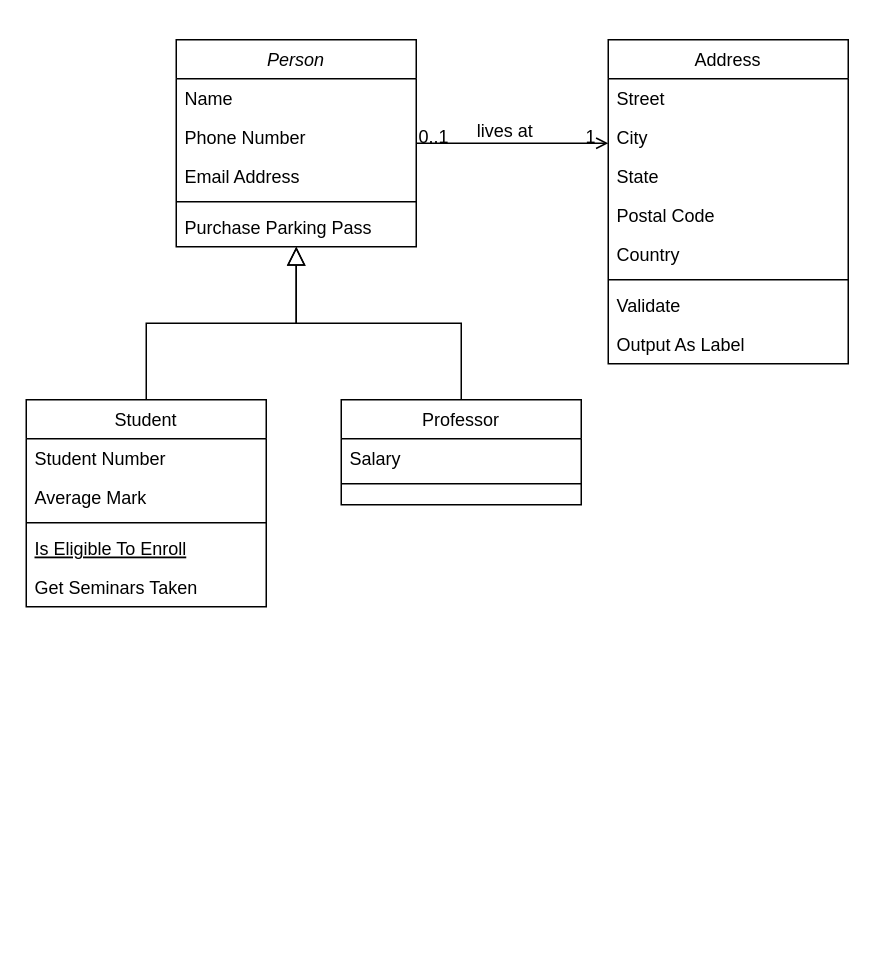
Earlier version of the draw.io diagram UML.drawio (matheussilvano/dsoo-gestao-de-pets). Source tidied: cells renumbered, new cells numbered last; positions are measured from the earlier drawing's top-left corner, leaving out a move shared by most shapes. Both pictures are drawn from the tidied source at 150%, with x=0, y=0 at pixel (26, 39).
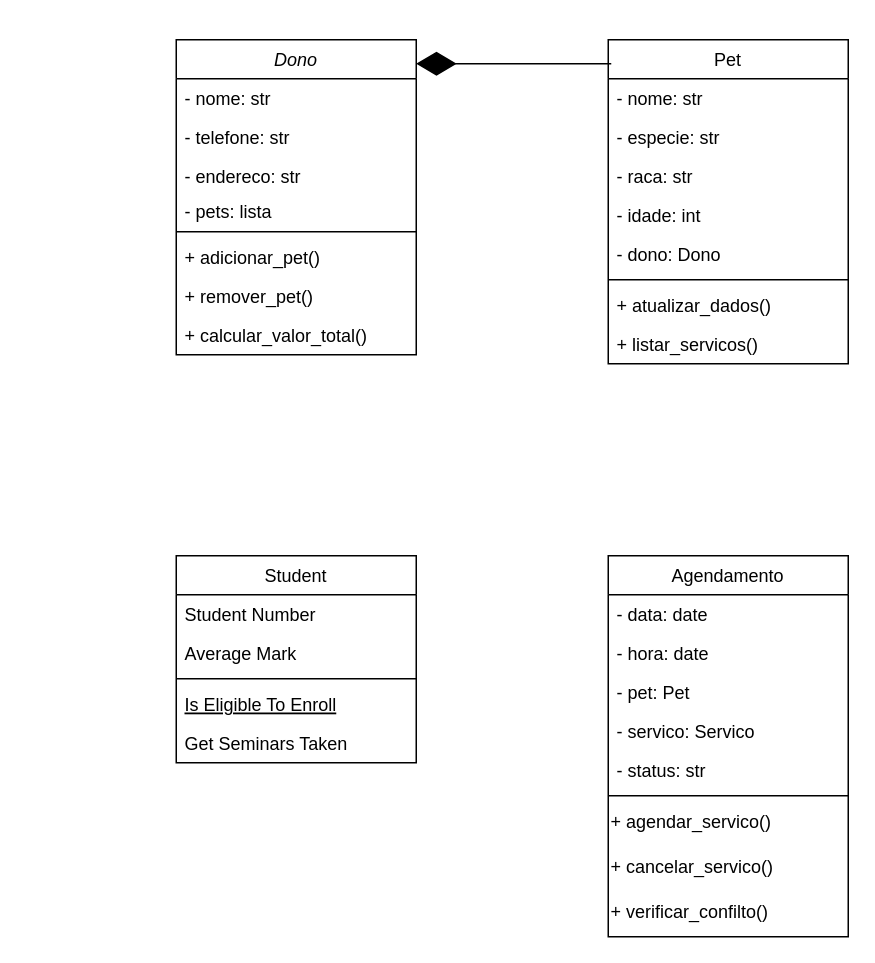
The same diagram, later.

What changed in the source:
```diff
@@
-    <mxCell id="2" value="Person" style="swimlane;fontStyle=2;align=center;verticalAlign=top;horizontal=1;startSize=26;rounded=0;shadow=0;strokeWidth=1;" parent="1" vertex="1">
-      <mxGeometry x="100" width="160" height="138" as="geometry" />
+    <mxCell id="2" value="Dono&#10;" style="swimlane;fontStyle=2;align=center;verticalAlign=top;horizontal=1;startSize=26;rounded=0;shadow=0;strokeWidth=1;" parent="1" vertex="1">
+      <mxGeometry x="100" width="160" height="210" as="geometry" />
     </mxCell>
-    <mxCell id="3" value="Name" style="text;align=left;verticalAlign=top;spacingLeft=4;spacingRight=4;overflow=hidden;" parent="2" vertex="1">
+    <mxCell id="3" value="- nome: str&#10;" style="text;align=left;verticalAlign=top;spacingLeft=4;spacingRight=4;overflow=hidden;" parent="2" vertex="1">
       <mxGeometry y="26" width="160" height="26" as="geometry" />
     </mxCell>
-    <mxCell id="4" value="Phone Number" style="text;align=left;verticalAlign=top;spacingLeft=4;spacingRight=4;overflow=hidden;rounded=0;shadow=0;html=0;" parent="2" vertex="1">
+    <mxCell id="4" value="- telefone: str" style="text;align=left;verticalAlign=top;spacingLeft=4;spacingRight=4;overflow=hidden;rounded=0;shadow=0;html=0;" parent="2" vertex="1">
       <mxGeometry y="52" width="160" height="26" as="geometry" />
     </mxCell>
-    <mxCell id="5" value="Email Address" style="text;align=left;verticalAlign=top;spacingLeft=4;spacingRight=4;overflow=hidden;rounded=0;shadow=0;html=0;" parent="2" vertex="1">
-      <mxGeometry y="78" width="160" height="26" as="geometry" />
+    <mxCell id="5" value="- endereco: str" style="text;align=left;verticalAlign=top;spacingLeft=4;spacingRight=4;overflow=hidden;rounded=0;shadow=0;html=0;" parent="2" vertex="1">
+      <mxGeometry y="78" width="160" height="23" as="geometry" />
     </mxCell>
+    <mxCell id="32" value="- pets: lista" style="text;align=left;verticalAlign=top;spacingLeft=4;spacingRight=4;overflow=hidden;rounded=0;shadow=0;html=0;" parent="2" vertex="1">
+      <mxGeometry y="101" width="160" height="23" as="geometry" />
+    </mxCell>
     <mxCell id="6" style="line;html=1;strokeWidth=1;align=left;verticalAlign=middle;spacingTop=-1;spacingLeft=3;spacingRight=3;labelPosition=right;" parent="2" vertex="1">
-      <mxGeometry y="104" width="160" height="8" as="geometry" />
+      <mxGeometry y="124" width="160" height="8" as="geometry" />
     </mxCell>
+    <mxCell id="33" value="+ adicionar_pet()" style="text;align=left;verticalAlign=top;spacingLeft=4;spacingRight=4;overflow=hidden;" parent="2" vertex="1">
+      <mxGeometry y="132" width="160" height="26" as="geometry" />
+    </mxCell>
-    <mxCell id="7" value="Purchase Parking Pass" style="text;align=left;verticalAlign=top;spacingLeft=4;spacingRight=4;overflow=hidden;" parent="2" vertex="1">
-      <mxGeometry y="112" width="160" height="26" as="geometry" />
+    <mxCell id="7" value="+ remover_pet()" style="text;align=left;verticalAlign=top;spacingLeft=4;spacingRight=4;overflow=hidden;" parent="2" vertex="1">
+      <mxGeometry y="158" width="160" height="26" as="geometry" />
     </mxCell>
+    <mxCell id="34" value="+ calcular_valor_total()" style="text;align=left;verticalAlign=top;spacingLeft=4;spacingRight=4;overflow=hidden;" parent="2" vertex="1">
+      <mxGeometry y="184" width="160" height="26" as="geometry" />
+    </mxCell>
     <mxCell id="8" value="Student" style="swimlane;fontStyle=0;align=center;verticalAlign=top;horizontal=1;startSize=26;rounded=0;shadow=0;strokeWidth=1;" parent="1" vertex="1">
-      <mxGeometry y="240" width="160" height="138" as="geometry" />
+      <mxGeometry x="100" y="344" width="160" height="138" as="geometry" />
     </mxCell>
@@
-    <mxCell id="14" style="endArrow=block;endSize=10;endFill=0;shadow=0;strokeWidth=1;rounded=0;curved=0;edgeStyle=elbowEdgeStyle;elbow=vertical;" parent="1" edge="1" source="8" target="2">
-      <mxGeometry relative="1" as="geometry" />
-    </mxCell>
-    <mxCell id="15" value="Professor" style="swimlane;fontStyle=0;align=center;verticalAlign=top;horizontal=1;startSize=26;rounded=0;shadow=0;strokeWidth=1;" parent="1" vertex="1">
-      <mxGeometry x="210" y="240" width="160" height="70" as="geometry" />
+    <mxCell id="15" value="Agendamento" style="swimlane;fontStyle=0;align=center;verticalAlign=top;horizontal=1;startSize=26;rounded=0;shadow=0;strokeWidth=1;" parent="1" vertex="1">
+      <mxGeometry x="388" y="344" width="160" height="254" as="geometry" />
     </mxCell>
-    <mxCell id="16" value="Salary" style="text;align=left;verticalAlign=top;spacingLeft=4;spacingRight=4;overflow=hidden;" parent="15" vertex="1">
+    <mxCell id="16" value="- data: date" style="text;align=left;verticalAlign=top;spacingLeft=4;spacingRight=4;overflow=hidden;" parent="15" vertex="1">
       <mxGeometry y="26" width="160" height="26" as="geometry" />
     </mxCell>
+    <mxCell id="35" value="- hora: date" style="text;align=left;verticalAlign=top;spacingLeft=4;spacingRight=4;overflow=hidden;" parent="15" vertex="1">
+      <mxGeometry y="52" width="160" height="26" as="geometry" />
+    </mxCell>
+    <mxCell id="36" value="- pet: Pet" style="text;align=left;verticalAlign=top;spacingLeft=4;spacingRight=4;overflow=hidden;" parent="15" vertex="1">
+      <mxGeometry y="78" width="160" height="26" as="geometry" />
+    </mxCell>
+    <mxCell id="37" value="- servico: Servico" style="text;align=left;verticalAlign=top;spacingLeft=4;spacingRight=4;overflow=hidden;" parent="15" vertex="1">
+      <mxGeometry y="104" width="160" height="26" as="geometry" />
+    </mxCell>
+    <mxCell id="38" value="- status: str" style="text;align=left;verticalAlign=top;spacingLeft=4;spacingRight=4;overflow=hidden;" parent="15" vertex="1">
+      <mxGeometry y="130" width="160" height="26" as="geometry" />
+    </mxCell>
     <mxCell id="17" style="line;html=1;strokeWidth=1;align=left;verticalAlign=middle;spacingTop=-1;spacingLeft=3;spacingRight=3;labelPosition=right;" parent="15" vertex="1">
-      <mxGeometry y="52" width="160" height="8" as="geometry" />
+      <mxGeometry y="156" width="160" height="8" as="geometry" />
     </mxCell>
-    <mxCell id="18" style="endArrow=block;endSize=10;endFill=0;shadow=0;strokeWidth=1;rounded=0;curved=0;edgeStyle=elbowEdgeStyle;elbow=vertical;" parent="1" edge="1" source="15" target="2">
-      <mxGeometry relative="1" as="geometry" />
-    </mxCell>
+    <mxCell id="39" value="+ agendar_servico()" style="text;html=1;align=left;verticalAlign=top;strokeColor=none;fillColor=none;fontFamily=Helvetica;fontSize=12;fontColor=default;" parent="15" vertex="1">
+      <mxGeometry y="164" width="160" height="30" as="geometry" />
+    </mxCell>
+    <mxCell id="40" value="+ cancelar_servico()" style="text;html=1;align=left;verticalAlign=top;strokeColor=none;fillColor=none;" parent="15" vertex="1">
+      <mxGeometry y="194" width="160" height="30" as="geometry" />
+    </mxCell>
+    <mxCell id="41" value="+ verificar_confilto()" style="text;html=1;align=left;verticalAlign=top;strokeColor=none;fillColor=none;" parent="15" vertex="1">
+      <mxGeometry y="224" width="160" height="30" as="geometry" />
+    </mxCell>
-    <mxCell id="19" value="Address" style="swimlane;fontStyle=0;align=center;verticalAlign=top;horizontal=1;startSize=26;rounded=0;shadow=0;strokeWidth=1;" parent="1" vertex="1">
+    <mxCell id="19" value="Pet" style="swimlane;fontStyle=0;align=center;verticalAlign=top;horizontal=1;startSize=26;rounded=0;shadow=0;strokeWidth=1;" parent="1" vertex="1">
       <mxGeometry x="388" width="160" height="216" as="geometry" />
     </mxCell>
-    <mxCell id="20" value="Street" style="text;align=left;verticalAlign=top;spacingLeft=4;spacingRight=4;overflow=hidden;" parent="19" vertex="1">
+    <mxCell id="20" value="- nome: str" style="text;align=left;verticalAlign=top;spacingLeft=4;spacingRight=4;overflow=hidden;" parent="19" vertex="1">
       <mxGeometry y="26" width="160" height="26" as="geometry" />
     </mxCell>
-    <mxCell id="21" value="City" style="text;align=left;verticalAlign=top;spacingLeft=4;spacingRight=4;overflow=hidden;rounded=0;shadow=0;html=0;" parent="19" vertex="1">
+    <mxCell id="21" value="- especie: str" style="text;align=left;verticalAlign=top;spacingLeft=4;spacingRight=4;overflow=hidden;rounded=0;shadow=0;html=0;" parent="19" vertex="1">
       <mxGeometry y="52" width="160" height="26" as="geometry" />
     </mxCell>
-    <mxCell id="22" value="State" style="text;align=left;verticalAlign=top;spacingLeft=4;spacingRight=4;overflow=hidden;rounded=0;shadow=0;html=0;" parent="19" vertex="1">
+    <mxCell id="22" value="- raca: str" style="text;align=left;verticalAlign=top;spacingLeft=4;spacingRight=4;overflow=hidden;rounded=0;shadow=0;html=0;" parent="19" vertex="1">
       <mxGeometry y="78" width="160" height="26" as="geometry" />
     </mxCell>
-    <mxCell id="23" value="Postal Code" style="text;align=left;verticalAlign=top;spacingLeft=4;spacingRight=4;overflow=hidden;rounded=0;shadow=0;html=0;" parent="19" vertex="1">
+    <mxCell id="23" value="- idade: int" style="text;align=left;verticalAlign=top;spacingLeft=4;spacingRight=4;overflow=hidden;rounded=0;shadow=0;html=0;" parent="19" vertex="1">
       <mxGeometry y="104" width="160" height="26" as="geometry" />
     </mxCell>
-    <mxCell id="24" value="Country" style="text;align=left;verticalAlign=top;spacingLeft=4;spacingRight=4;overflow=hidden;rounded=0;shadow=0;html=0;" parent="19" vertex="1">
+    <mxCell id="24" value="- dono: Dono" style="text;align=left;verticalAlign=top;spacingLeft=4;spacingRight=4;overflow=hidden;rounded=0;shadow=0;html=0;" parent="19" vertex="1">
       <mxGeometry y="130" width="160" height="26" as="geometry" />
     </mxCell>
@@
-    <mxCell id="26" value="Validate" style="text;align=left;verticalAlign=top;spacingLeft=4;spacingRight=4;overflow=hidden;" parent="19" vertex="1">
+    <mxCell id="26" value="+ atualizar_dados()" style="text;align=left;verticalAlign=top;spacingLeft=4;spacingRight=4;overflow=hidden;" parent="19" vertex="1">
       <mxGeometry y="164" width="160" height="26" as="geometry" />
     </mxCell>
-    <mxCell id="27" value="Output As Label" style="text;align=left;verticalAlign=top;spacingLeft=4;spacingRight=4;overflow=hidden;" parent="19" vertex="1">
+    <mxCell id="27" value="+ listar_servicos()" style="text;align=left;verticalAlign=top;spacingLeft=4;spacingRight=4;overflow=hidden;" parent="19" vertex="1">
       <mxGeometry y="190" width="160" height="26" as="geometry" />
     </mxCell>
-    <mxCell id="28" style="endArrow=open;shadow=0;strokeWidth=1;rounded=0;curved=0;endFill=1;edgeStyle=elbowEdgeStyle;elbow=vertical;" parent="1" edge="1" source="2" target="19">
-      <mxGeometry x="0.5" y="41" relative="1" as="geometry">
-        <mxPoint x="-40" y="32" as="offset" />
-      </mxGeometry>
-    </mxCell>
-    <mxCell id="29" value="0..1" style="align=left;verticalAlign=bottom;labelBackgroundColor=none;fontSize=12;" parent="28" vertex="1">
-      <mxGeometry x="-1" relative="1" as="geometry">
-        <mxPoint y="4" as="offset" />
-      </mxGeometry>
-    </mxCell>
-    <mxCell id="30" value="1" style="align=right;verticalAlign=bottom;labelBackgroundColor=none;fontSize=12;" parent="28" vertex="1">
-      <mxGeometry x="1" relative="1" as="geometry">
-        <mxPoint x="-7" y="4" as="offset" />
-      </mxGeometry>
-    </mxCell>
-    <mxCell id="31" value="lives at" style="text;html=1;align=center;verticalAlign=middle;labelBackgroundColor=none;rounded=0;shadow=0;strokeWidth=1;fontSize=12;" parent="28" vertex="1">
-      <mxGeometry x="0.5" y="49" relative="1" as="geometry">
-        <mxPoint x="-38" y="40" as="offset" />
-      </mxGeometry>
-    </mxCell>
+    <mxCell id="42" style="endArrow=diamondThin;endFill=1;endSize=24;html=1;rounded=0;" parent="1" edge="1">
+      <mxGeometry relative="1" as="geometry">
+        <mxPoint x="390" y="16" as="sourcePoint" />
+        <mxPoint x="260" y="16" as="targetPoint" />
+      </mxGeometry>
+    </mxCell>
```
